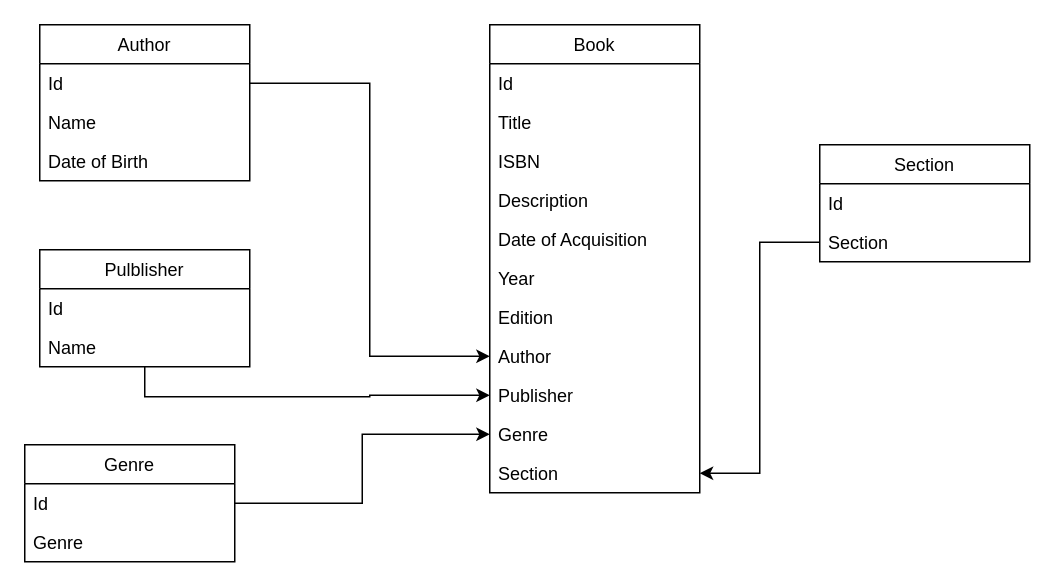
guilhermealacoc/api-personal-bookshelf keeps this draw.io diagram as Diagrama sem nome.drawio. Above is the earlier version. Source tidied: cells renumbered, new cells numbered last; positions are measured from the earlier drawing's top-left corner, leaving out a move shared by most shapes. Both pictures are drawn from the tidied source at 150%, with x=0, y=0 at pixel (24, 24).
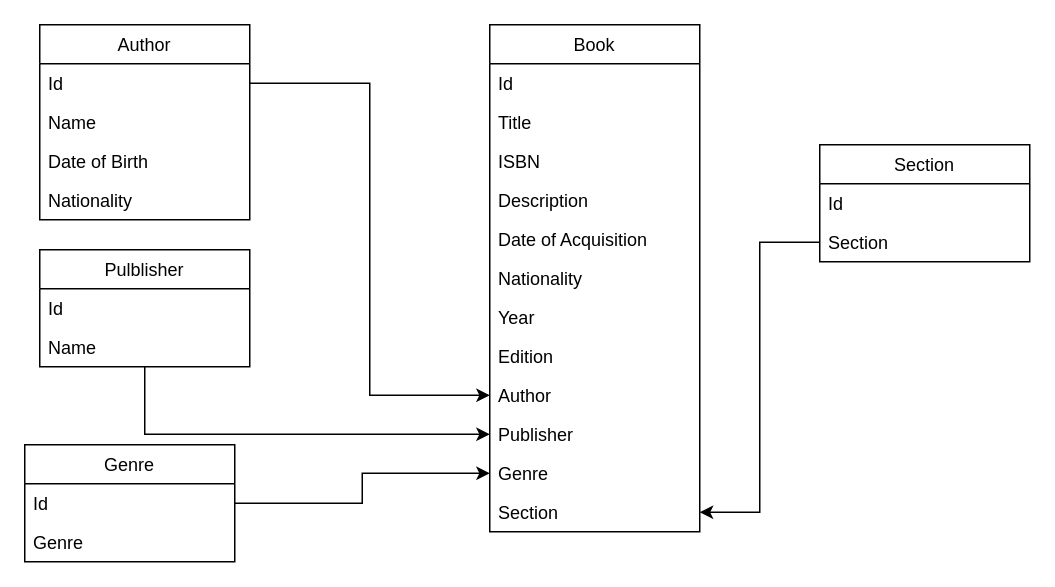
The same page after the edit.

Commit message:
adicionando nacionalidade no diagrama

Change to the diagram source:
```diff
@@
     <mxCell id="2" value="Author" style="swimlane;fontStyle=0;horizontal=1;startSize=26;fillColor=none;" parent="1" vertex="1">
-      <mxGeometry x="10" width="140" height="104" as="geometry" />
+      <mxGeometry x="10" width="140" height="130" as="geometry" />
     </mxCell>
@@
+    <mxCell id="31" value="Nationality" style="text;strokeColor=none;fillColor=none;align=left;verticalAlign=top;spacingLeft=4;spacingRight=4;overflow=hidden;" parent="2" vertex="1">
+      <mxGeometry y="104" width="140" height="26" as="geometry" />
+    </mxCell>
     <mxCell id="6" value="Book" style="swimlane;fontStyle=0;horizontal=1;startSize=26;fillColor=none;" parent="1" vertex="1">
-      <mxGeometry x="310" width="140" height="312" as="geometry" />
+      <mxGeometry x="310" width="140" height="338" as="geometry" />
     </mxCell>
@@
+    <mxCell id="32" value="Nationality" style="text;strokeColor=none;fillColor=none;align=left;verticalAlign=top;spacingLeft=4;spacingRight=4;overflow=hidden;" parent="6" vertex="1">
+      <mxGeometry y="156" width="140" height="26" as="geometry" />
+    </mxCell>
     <mxCell id="12" value="Year" style="text;strokeColor=none;fillColor=none;align=left;verticalAlign=top;spacingLeft=4;spacingRight=4;overflow=hidden;" parent="6" vertex="1">
-      <mxGeometry y="156" width="140" height="26" as="geometry" />
+      <mxGeometry y="182" width="140" height="26" as="geometry" />
     </mxCell>
     <mxCell id="13" value="Edition" style="text;strokeColor=none;fillColor=none;align=left;verticalAlign=top;spacingLeft=4;spacingRight=4;overflow=hidden;" parent="6" vertex="1">
-      <mxGeometry y="182" width="140" height="26" as="geometry" />
+      <mxGeometry y="208" width="140" height="26" as="geometry" />
     </mxCell>
     <mxCell id="14" value="Author" style="text;strokeColor=none;fillColor=none;align=left;verticalAlign=top;spacingLeft=4;spacingRight=4;overflow=hidden;points=[[0,0.5],[1,0.5]];portConstraint=eastwest;" parent="6" vertex="1">
-      <mxGeometry y="208" width="140" height="26" as="geometry" />
+      <mxGeometry y="234" width="140" height="26" as="geometry" />
     </mxCell>
     <mxCell id="15" value="Publisher" style="text;strokeColor=none;fillColor=none;align=left;verticalAlign=top;spacingLeft=4;spacingRight=4;overflow=hidden;points=[[0,0.5],[1,0.5]];portConstraint=eastwest;" parent="6" vertex="1">
-      <mxGeometry y="234" width="140" height="26" as="geometry" />
+      <mxGeometry y="260" width="140" height="26" as="geometry" />
     </mxCell>
     <mxCell id="16" value="Genre" style="text;strokeColor=none;fillColor=none;align=left;verticalAlign=top;spacingLeft=4;spacingRight=4;overflow=hidden;points=[[0,0.5],[1,0.5]];portConstraint=eastwest;" parent="6" vertex="1">
-      <mxGeometry y="260" width="140" height="26" as="geometry" />
+      <mxGeometry y="286" width="140" height="26" as="geometry" />
     </mxCell>
     <mxCell id="17" value="Section" style="text;strokeColor=none;fillColor=none;align=left;verticalAlign=top;spacingLeft=4;spacingRight=4;overflow=hidden;points=[[0,0.5],[1,0.5]];portConstraint=eastwest;" parent="6" vertex="1">
-      <mxGeometry y="286" width="140" height="26" as="geometry" />
+      <mxGeometry y="312" width="140" height="26" as="geometry" />
     </mxCell>
```
